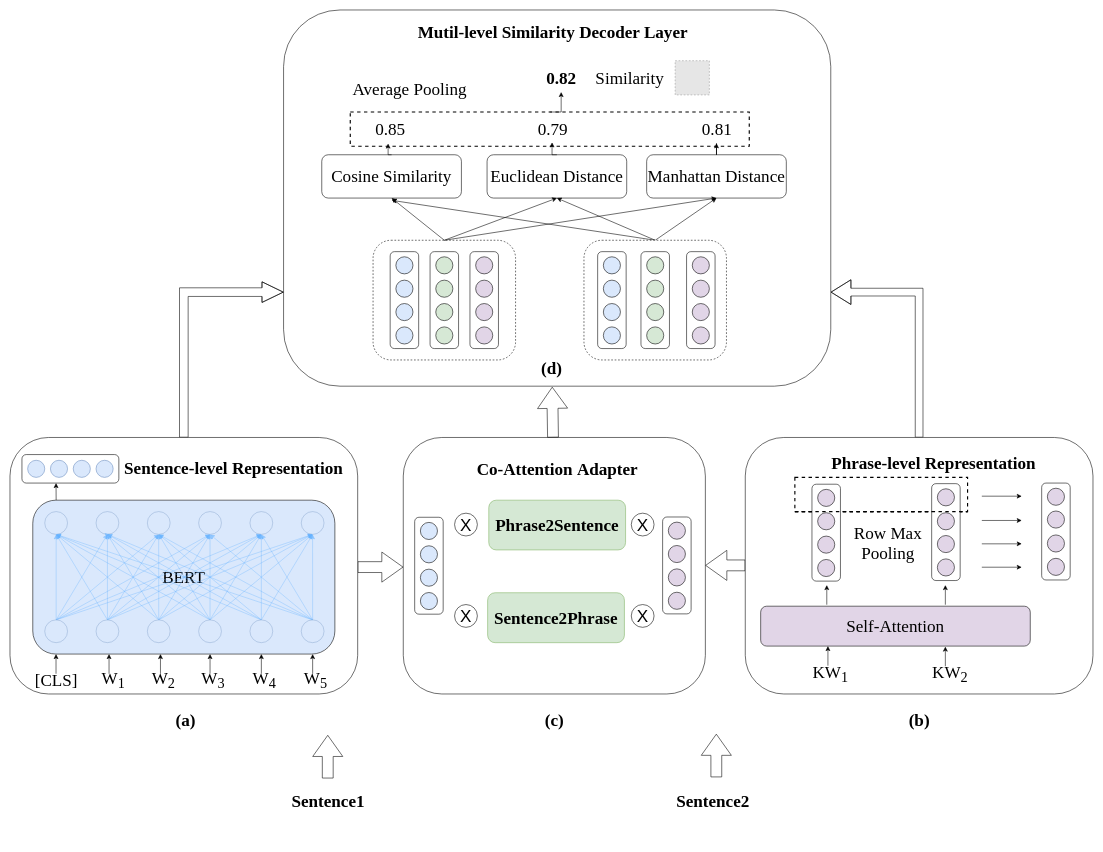
Earlier version of the draw.io diagram Coherence_method.drawio (lengyueit/paper_pic). Source tidied: cells renumbered, new cells numbered last; positions are measured from the earlier drawing's top-left corner, leaving out a move shared by most shapes. Both pictures are drawn from the tidied source at 57%, with x=0, y=0 at pixel (10, 10). Pictures stored in the file or linked from it are replaced by grey dashed boxes.
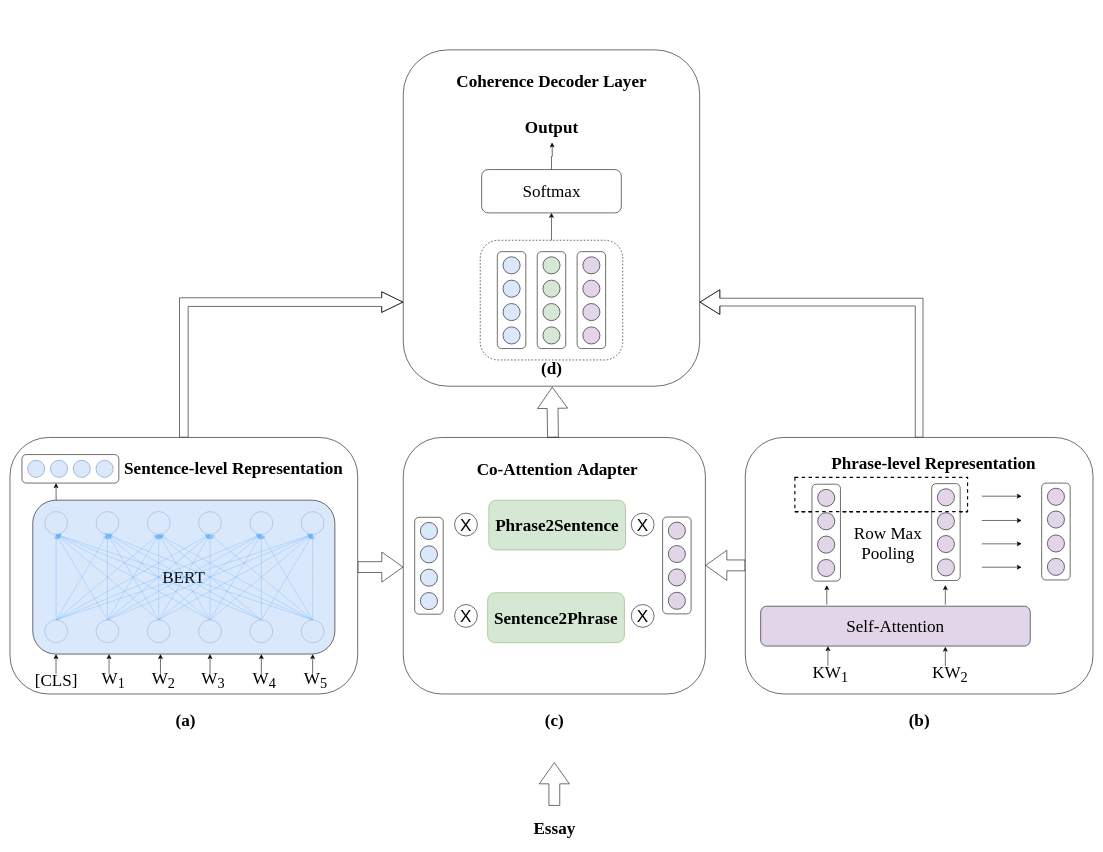
Above is the later version.

The change refers to these unchanged cells:
```xml
<mxCell id="9" style="rounded=1;whiteSpace=wrap;html=1;dashed=1;" parent="8" vertex="1">
  <mxGeometry width="250" height="210" as="geometry" />
</mxCell>
```

The edit, as a diff of the source:
```diff
@@
-    <mxCell id="2" value="&lt;font face=&quot;Times New Roman&quot; style=&quot;font-size: 30px;&quot;&gt;&lt;b&gt;Sentence1&lt;/b&gt;&lt;/font&gt;" style="text;html=1;align=center;verticalAlign=middle;strokeColor=none;fillColor=none;" parent="1" vertex="1">
-      <mxGeometry x="482.5" y="1362" width="150" height="50" as="geometry" />
+    <mxCell id="2" value="&lt;font face=&quot;Times New Roman&quot;&gt;&lt;span style=&quot;font-size: 30px;&quot;&gt;&lt;b&gt;Essay&lt;/b&gt;&lt;/span&gt;&lt;/font&gt;" style="text;html=1;align=center;verticalAlign=middle;strokeColor=none;fillColor=none;" parent="1" vertex="1">
+      <mxGeometry x="905" y="1410" width="100" height="50" as="geometry" />
     </mxCell>
-    <mxCell id="3" value="&lt;font face=&quot;Times New Roman&quot; style=&quot;font-size: 30px;&quot;&gt;&lt;b&gt;Sentence2&lt;/b&gt;&lt;/font&gt;" style="text;html=1;align=center;verticalAlign=middle;strokeColor=none;fillColor=none;" parent="1" vertex="1">
-      <mxGeometry x="1157.5" y="1362" width="150" height="50" as="geometry" />
-    </mxCell>
     <mxCell id="4" style="rounded=1;whiteSpace=wrap;html=1;" parent="1" vertex="1">
-      <mxGeometry x="480" width="960" height="660" as="geometry" />
+      <mxGeometry x="690" y="70" width="520" height="590" as="geometry" />
     </mxCell>
-    <mxCell id="5" value="&lt;font face=&quot;Times New Roman&quot; style=&quot;font-size: 30px;&quot;&gt;Cosine Similarity&lt;/font&gt;" style="rounded=1;whiteSpace=wrap;html=1;" parent="1" vertex="1">
-      <mxGeometry x="547" y="254" width="245" height="76" as="geometry" />
-    </mxCell>
-    <mxCell id="6" value="&lt;font face=&quot;Times New Roman&quot; style=&quot;font-size: 30px;&quot;&gt;Euclidean Distance&lt;/font&gt;" style="rounded=1;whiteSpace=wrap;html=1;" parent="1" vertex="1">
-      <mxGeometry x="837" y="254" width="245" height="76" as="geometry" />
+    <mxCell id="6" value="&lt;font face=&quot;Times New Roman&quot; style=&quot;font-size: 30px;&quot;&gt;Softmax&lt;/font&gt;" style="rounded=1;whiteSpace=wrap;html=1;" parent="1" vertex="1">
+      <mxGeometry x="827.5" y="280" width="245" height="76" as="geometry" />
     </mxCell>
-    <mxCell id="7" value="&lt;font style=&quot;font-size: 30px;&quot; face=&quot;Times New Roman&quot;&gt;Manhattan Distance&lt;/font&gt;" style="rounded=1;whiteSpace=wrap;html=1;" parent="1" vertex="1">
-      <mxGeometry x="1117" y="254" width="245" height="76" as="geometry" />
-    </mxCell>
     <mxCell id="8" style="group;" parent="1" vertex="1">
-      <mxGeometry x="637" y="404" width="250" height="210" as="geometry" />
+      <mxGeometry x="825" y="404" width="250" height="210" as="geometry" />
     </mxCell>
@@
-    <mxCell id="28" style="rounded=0;jettySize=auto;html=1;exitX=0.5;exitY=0;exitDx=0;exitDy=0;entryX=0.5;entryY=1;entryDx=0;entryDy=0;" parent="1" edge="1" source="9" target="5">
-      <mxGeometry relative="1" as="geometry" />
-    </mxCell>
-    <mxCell id="29" style="rounded=0;jettySize=auto;html=1;exitX=0.5;exitY=0;exitDx=0;exitDy=0;" parent="1" edge="1" source="41">
-      <mxGeometry relative="1" as="geometry">
-        <mxPoint x="670" y="334" as="targetPoint" />
-      </mxGeometry>
-    </mxCell>
-    <mxCell id="30" style="rounded=0;jettySize=auto;html=1;exitX=0.5;exitY=0;exitDx=0;exitDy=0;entryX=0.5;entryY=1;entryDx=0;entryDy=0;" parent="1" edge="1" source="9" target="6">
-      <mxGeometry relative="1" as="geometry" />
-    </mxCell>
-    <mxCell id="31" style="rounded=0;jettySize=auto;html=1;exitX=0.5;exitY=0;exitDx=0;exitDy=0;entryX=0.5;entryY=1;entryDx=0;entryDy=0;" parent="1" edge="1" source="41" target="6">
-      <mxGeometry relative="1" as="geometry" />
-    </mxCell>
-    <mxCell id="32" style="rounded=0;jettySize=auto;html=1;exitX=0.5;exitY=0;exitDx=0;exitDy=0;entryX=0.5;entryY=1;entryDx=0;entryDy=0;" parent="1" edge="1" source="9" target="7">
-      <mxGeometry relative="1" as="geometry" />
-    </mxCell>
-    <mxCell id="33" style="rounded=0;jettySize=auto;html=1;exitX=0.5;exitY=0;exitDx=0;exitDy=0;entryX=0.5;entryY=1;entryDx=0;entryDy=0;" parent="1" edge="1" source="41" target="7">
-      <mxGeometry relative="1" as="geometry" />
-    </mxCell>
-    <mxCell id="34" style="rounded=0;whiteSpace=wrap;html=1;dashed=1;strokeWidth=2;" parent="1" vertex="1">
-      <mxGeometry x="597" y="179" width="700" height="60" as="geometry" />
-    </mxCell>
-    <mxCell id="35" value="&lt;font style=&quot;font-size: 30px;&quot; face=&quot;Times New Roman&quot;&gt;0.79&lt;/font&gt;" style="text;html=1;align=center;verticalAlign=middle;points=[];strokeColor=none;fillColor=none;" parent="1" vertex="1">
-      <mxGeometry x="912" y="184" width="80" height="50" as="geometry" />
-    </mxCell>
-    <mxCell id="36" value="&lt;font style=&quot;font-size: 30px;&quot; face=&quot;Times New Roman&quot;&gt;0.81&lt;/font&gt;" style="text;html=1;align=center;verticalAlign=middle;points=[];strokeColor=none;fillColor=none;" parent="1" vertex="1">
-      <mxGeometry x="1199.5" y="184" width="80" height="50" as="geometry" />
-    </mxCell>
-    <mxCell id="37" value="&lt;font style=&quot;font-size: 30px;&quot; face=&quot;Times New Roman&quot;&gt;&lt;b&gt;0.82&lt;/b&gt;&lt;/font&gt;" style="text;html=1;align=center;verticalAlign=middle;points=[];strokeColor=none;fillColor=none;" parent="1" vertex="1">
-      <mxGeometry x="927" y="94" width="80" height="50" as="geometry" />
+    <mxCell id="37" value="&lt;font style=&quot;font-size: 30px;&quot; face=&quot;Times New Roman&quot;&gt;&lt;b&gt;Output&lt;/b&gt;&lt;/font&gt;" style="text;html=1;align=center;verticalAlign=middle;points=[];strokeColor=none;fillColor=none;" parent="1" vertex="1">
+      <mxGeometry x="890" y="180" width="120" height="50" as="geometry" />
     </mxCell>
-    <mxCell id="38" style="edgeStyle=orthogonalEdgeStyle;rounded=0;jettySize=auto;html=1;exitX=0.5;exitY=0;exitDx=0;exitDy=0;entryX=0.488;entryY=0.968;entryDx=0;entryDy=0;entryPerimeter=0;" parent="1" edge="1" source="6" target="35">
-      <mxGeometry relative="1" as="geometry" />
+    <mxCell id="38" style="edgeStyle=orthogonalEdgeStyle;rounded=0;jettySize=auto;html=1;exitX=0.5;exitY=0;exitDx=0;exitDy=0;entryX=0.488;entryY=0.968;entryDx=0;entryDy=0;entryPerimeter=0;" parent="1" edge="1" source="6">
+      <mxGeometry relative="1" as="geometry">
+        <mxPoint x="951" y="232.4" as="targetPoint" />
+      </mxGeometry>
     </mxCell>
-    <mxCell id="39" style="edgeStyle=orthogonalEdgeStyle;rounded=0;jettySize=auto;html=1;exitX=0.5;exitY=0;exitDx=0;exitDy=0;" parent="1" edge="1" source="34" target="37">
-      <mxGeometry relative="1" as="geometry">
-        <Array as="points">
-          <mxPoint x="967" y="179" />
-        </Array>
-      </mxGeometry>
-    </mxCell>
-    <mxCell id="40" style="edgeStyle=orthogonalEdgeStyle;rounded=0;jettySize=auto;html=1;exitX=0.5;exitY=0;exitDx=0;exitDy=0;" parent="1" edge="1" source="7" target="36">
-      <mxGeometry relative="1" as="geometry" />
-    </mxCell>
-    <mxCell id="41" style="rounded=1;whiteSpace=wrap;html=1;dashed=1;" parent="1" vertex="1">
-      <mxGeometry x="1007" y="404" width="250" height="210" as="geometry" />
-    </mxCell>
-    <mxCell id="42" style="rounded=1;whiteSpace=wrap;html=1;direction=west;rotation=90;" parent="1" vertex="1">
-      <mxGeometry x="1047" y="484" width="170" height="50" as="geometry" />
-    </mxCell>
-    <mxCell id="43" style="ellipse;whiteSpace=wrap;html=1;fillColor=#d6e8d5;direction=west;" parent="1" vertex="1">
-      <mxGeometry x="1117" y="433" width="30" height="30" as="geometry" />
-    </mxCell>
-    <mxCell id="44" style="ellipse;whiteSpace=wrap;html=1;fillColor=#d6e8d5;direction=west;" parent="1" vertex="1">
-      <mxGeometry x="1117" y="474" width="30" height="30" as="geometry" />
-    </mxCell>
-    <mxCell id="45" style="ellipse;whiteSpace=wrap;html=1;fillColor=#d6e8d5;direction=west;" parent="1" vertex="1">
-      <mxGeometry x="1117" y="515" width="30" height="30" as="geometry" />
-    </mxCell>
-    <mxCell id="46" style="ellipse;whiteSpace=wrap;html=1;fillColor=#d6e8d5;direction=west;" parent="1" vertex="1">
-      <mxGeometry x="1117" y="556" width="30" height="30" as="geometry" />
-    </mxCell>
-    <mxCell id="47" style="rounded=1;whiteSpace=wrap;html=1;direction=west;rotation=90;" parent="1" vertex="1">
-      <mxGeometry x="971" y="484" width="170" height="50" as="geometry" />
-    </mxCell>
-    <mxCell id="48" style="ellipse;whiteSpace=wrap;html=1;fillColor=#dae8fc;direction=west;" parent="1" vertex="1">
-      <mxGeometry x="1041" y="433" width="30" height="30" as="geometry" />
-    </mxCell>
-    <mxCell id="49" style="ellipse;whiteSpace=wrap;html=1;fillColor=#dae8fc;direction=west;" parent="1" vertex="1">
-      <mxGeometry x="1041" y="474" width="30" height="30" as="geometry" />
-    </mxCell>
-    <mxCell id="50" style="ellipse;whiteSpace=wrap;html=1;fillColor=#dae8fc;direction=west;" parent="1" vertex="1">
-      <mxGeometry x="1041" y="515" width="30" height="30" as="geometry" />
-    </mxCell>
-    <mxCell id="51" style="ellipse;whiteSpace=wrap;html=1;fillColor=#dae8fc;direction=west;" parent="1" vertex="1">
-      <mxGeometry x="1041" y="556" width="30" height="30" as="geometry" />
-    </mxCell>
-    <mxCell id="52" style="rounded=1;whiteSpace=wrap;html=1;direction=west;rotation=90;" parent="1" vertex="1">
-      <mxGeometry x="1127" y="484" width="170" height="50" as="geometry" />
-    </mxCell>
-    <mxCell id="53" style="ellipse;whiteSpace=wrap;html=1;fillColor=#e1d5e7;direction=west;" parent="1" vertex="1">
-      <mxGeometry x="1197" y="433" width="30" height="30" as="geometry" />
-    </mxCell>
-    <mxCell id="54" style="ellipse;whiteSpace=wrap;html=1;fillColor=#e1d5e7;direction=west;" parent="1" vertex="1">
-      <mxGeometry x="1197" y="474" width="30" height="30" as="geometry" />
-    </mxCell>
-    <mxCell id="55" style="ellipse;whiteSpace=wrap;html=1;fillColor=#e1d5e7;direction=west;" parent="1" vertex="1">
-      <mxGeometry x="1197" y="515" width="30" height="30" as="geometry" />
-    </mxCell>
-    <mxCell id="56" style="ellipse;whiteSpace=wrap;html=1;fillColor=#e1d5e7;direction=west;" parent="1" vertex="1">
-      <mxGeometry x="1197" y="556" width="30" height="30" as="geometry" />
-    </mxCell>
-    <mxCell id="57" style="fillColor=#E6E6E6;strokeColor=#999999;dashed=1;verticalLabelPosition=bottom;labelBackgroundColor=default;verticalAlign=top;" parent="1" vertex="1">
-      <mxGeometry x="1167" y="89" width="60" height="60" as="geometry" />
-    </mxCell>
@@
-    <mxCell id="59" value="&lt;font style=&quot;font-size: 30px;&quot; face=&quot;Times New Roman&quot;&gt;0.85&lt;/font&gt;" style="text;html=1;align=center;verticalAlign=middle;points=[];strokeColor=none;fillColor=none;" parent="1" vertex="1">
-      <mxGeometry x="627" y="184" width="80" height="50" as="geometry" />
-    </mxCell>
-    <mxCell id="60" value="&lt;font style=&quot;font-size: 30px;&quot; face=&quot;Times New Roman&quot;&gt;Similarity&lt;/font&gt;" style="text;html=1;align=center;verticalAlign=middle;strokeColor=none;fillColor=none;" parent="1" vertex="1">
-      <mxGeometry x="1017" y="94" width="140" height="50" as="geometry" />
-    </mxCell>
-    <mxCell id="61" style="edgeStyle=orthogonalEdgeStyle;rounded=0;jettySize=auto;html=1;exitX=0.5;exitY=0;exitDx=0;exitDy=0;entryX=0.455;entryY=1.008;entryDx=0;entryDy=0;entryPerimeter=0;" parent="1" edge="1" source="5" target="59">
-      <mxGeometry relative="1" as="geometry" />
-    </mxCell>
-    <mxCell id="62" value="&lt;font size=&quot;1&quot; face=&quot;Times New Roman&quot;&gt;&lt;b style=&quot;font-size: 30px;&quot;&gt;Mutil-level Similarity Decoder Layer&lt;/b&gt;&lt;/font&gt;" style="text;html=1;align=center;verticalAlign=middle;strokeColor=none;fillColor=none;" parent="1" vertex="1">
-      <mxGeometry x="702" y="14" width="500" height="50" as="geometry" />
+    <mxCell id="62" value="&lt;font size=&quot;1&quot; face=&quot;Times New Roman&quot;&gt;&lt;b style=&quot;font-size: 30px;&quot;&gt;Coherence Decoder Layer&lt;/b&gt;&lt;/font&gt;" style="text;html=1;align=center;verticalAlign=middle;strokeColor=none;fillColor=none;" parent="1" vertex="1">
+      <mxGeometry x="770" y="100" width="360" height="50" as="geometry" />
     </mxCell>
-    <mxCell id="63" value="&lt;font face=&quot;Times New Roman&quot; style=&quot;font-size: 30px;&quot;&gt;Average&amp;nbsp;Pooling&lt;/font&gt;" style="text;html=1;align=center;verticalAlign=middle;strokeColor=none;fillColor=none;" parent="1" vertex="1">
-      <mxGeometry x="591" y="114" width="220" height="50" as="geometry" />
-    </mxCell>
     <mxCell id="64" style="shape=flexArrow;endArrow=classic;html=1;rounded=0;endWidth=32.72727272727273;endSize=12.047619047619047;width=19.047619047619047;" parent="1" edge="1">
       <mxGeometry relative="1" as="geometry">
-        <mxPoint x="557.5" y="1348" as="sourcePoint" />
-        <mxPoint x="557.5" y="1272" as="targetPoint" />
+        <mxPoint x="955" y="1396" as="sourcePoint" />
+        <mxPoint x="955" y="1320" as="targetPoint" />
       </mxGeometry>
     </mxCell>
-    <mxCell id="65" style="shape=flexArrow;endArrow=classic;html=1;rounded=0;endWidth=32.72727272727273;endSize=12.047619047619047;width=19.047619047619047;" parent="1" edge="1">
-      <mxGeometry relative="1" as="geometry">
-        <mxPoint x="1239.2" y="1346" as="sourcePoint" />
-        <mxPoint x="1239.2" y="1270" as="targetPoint" />
-      </mxGeometry>
-    </mxCell>
@@
+    <mxCell id="30" style="edgeStyle=orthogonalEdgeStyle;rounded=0;jettySize=auto;html=1;exitX=0.5;exitY=0;exitDx=0;exitDy=0;entryX=0.5;entryY=1;entryDx=0;entryDy=0;" parent="1" edge="1" source="9" target="6">
+      <mxGeometry relative="1" as="geometry" />
+    </mxCell>
```
